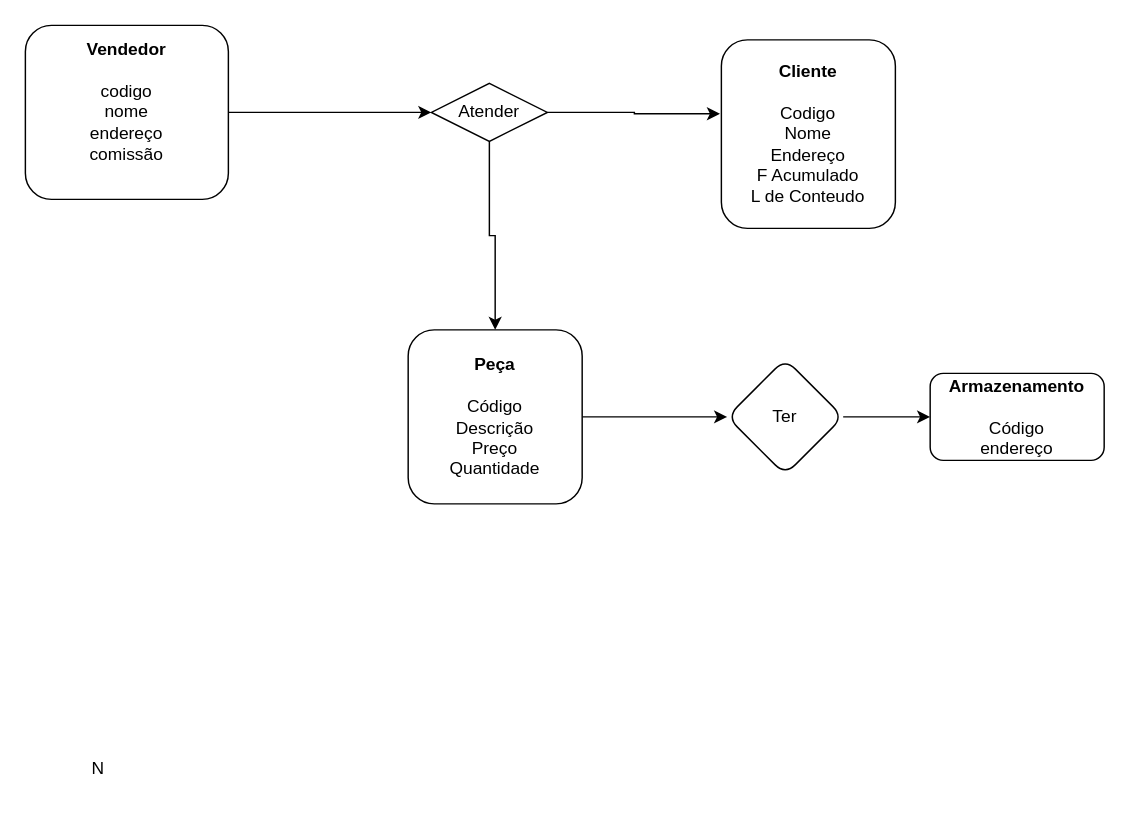
This is Diagrama sem nome.drawio from Pato-Branco/Pato-Branco, a draw.io file, before an edit. Source tidied: cells renumbered, new cells numbered last; positions are measured from the earlier drawing's top-left corner, leaving out a move shared by most shapes. Both pictures are drawn from the tidied source at 145%, with x=0, y=0 at pixel (25, 25).
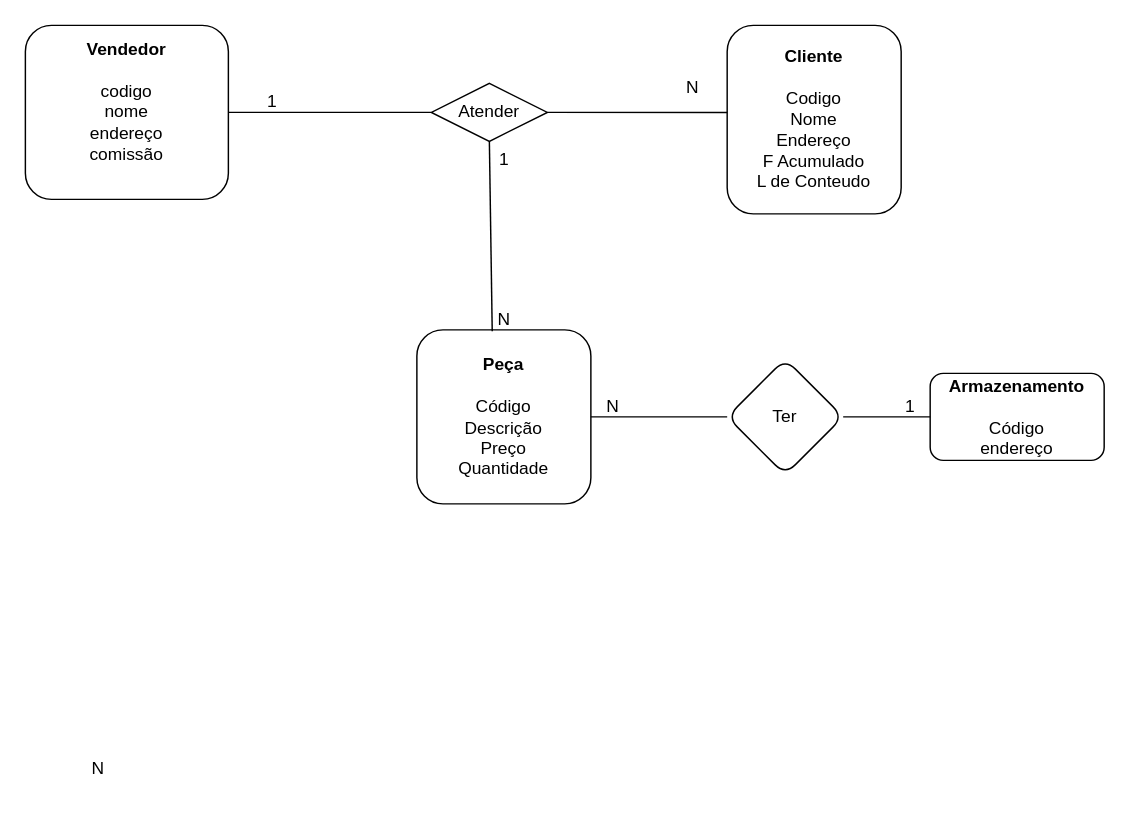
The same diagram, later.

The change refers to these unchanged cells:
```xml
<mxCell id="3" value="&lt;div&gt;&lt;b&gt;Vendedor&lt;/b&gt;&lt;/div&gt;&lt;div&gt;&lt;br&gt;&lt;/div&gt;&lt;div&gt;codigo&lt;/div&gt;&lt;div&gt;nome&lt;/div&gt;&lt;div&gt;endereço&lt;/div&gt;&lt;div&gt;comissão&lt;br&gt;&lt;/div&gt;&lt;div&gt;&lt;br&gt;&lt;/div&gt;" style="rounded=1;whiteSpace=wrap;html=1;" parent="1" vertex="1">
  <mxGeometry width="140" height="120" as="geometry" />
</mxCell>
<mxCell id="6" value="Atender" style="rhombus;whiteSpace=wrap;html=1;" parent="1" vertex="1">
  <mxGeometry x="280" y="40" width="80" height="40" as="geometry" />
</mxCell>
<mxCell id="15" value="Ter" style="rhombus;whiteSpace=wrap;html=1;rounded=1;" parent="1" vertex="1">
  <mxGeometry x="484" y="230" width="80" height="80" as="geometry" />
</mxCell>
<mxCell id="16" value="&lt;div&gt;&lt;b&gt;Armazenamento&lt;/b&gt;&lt;/div&gt;&lt;div&gt;&lt;br&gt;&lt;/div&gt;&lt;div&gt;Código&lt;/div&gt;&lt;div&gt;endereço&lt;br&gt;&lt;/div&gt;" style="whiteSpace=wrap;html=1;rounded=1;" parent="1" vertex="1">
  <mxGeometry x="624" y="240" width="120" height="60" as="geometry" />
</mxCell>
```

Change to the diagram source:
```diff
@@
-    <mxCell id="2" style="edgeStyle=orthogonalEdgeStyle;rounded=0;jettySize=auto;html=1;exitX=1;exitY=0.5;exitDx=0;exitDy=0;" parent="1" edge="1" source="3" target="6">
-      <mxGeometry relative="1" as="geometry" />
-    </mxCell>
@@
-    <mxCell id="4" style="edgeStyle=orthogonalEdgeStyle;rounded=0;jettySize=auto;html=1;entryX=-0.008;entryY=0.392;entryDx=0;entryDy=0;entryPerimeter=0;" parent="1" edge="1" source="6" target="7">
-      <mxGeometry relative="1" as="geometry" />
-    </mxCell>
-    <mxCell id="5" style="edgeStyle=orthogonalEdgeStyle;rounded=0;jettySize=auto;html=1;" parent="1" edge="1" source="6" target="12">
-      <mxGeometry relative="1" as="geometry" />
-    </mxCell>
@@
     <mxCell id="7" value="&lt;div&gt;&lt;b&gt;Cliente&lt;/b&gt;&lt;/div&gt;&lt;div&gt;&lt;br&gt;&lt;/div&gt;&lt;div&gt;Codigo&lt;/div&gt;&lt;div&gt;Nome&lt;/div&gt;&lt;div&gt;Endereço&lt;/div&gt;&lt;div&gt;F Acumulado&lt;/div&gt;&lt;div&gt;L de Conteudo&lt;br&gt;&lt;/div&gt;" style="rounded=1;whiteSpace=wrap;html=1;" parent="1" vertex="1">
-      <mxGeometry x="480" y="10" width="120" height="130" as="geometry" />
+      <mxGeometry x="484" width="120" height="130" as="geometry" />
     </mxCell>
@@
-    <mxCell id="11" style="edgeStyle=orthogonalEdgeStyle;rounded=0;jettySize=auto;html=1;" parent="1" edge="1" source="12" target="15">
-      <mxGeometry relative="1" as="geometry" />
-    </mxCell>
     <mxCell id="12" value="&lt;div&gt;&lt;b&gt;Peça &lt;/b&gt;&lt;br&gt;&lt;/div&gt;&lt;div&gt;&lt;br&gt;&lt;/div&gt;&lt;div&gt;Código&lt;/div&gt;&lt;div&gt;Descrição&lt;/div&gt;&lt;div&gt;Preço&lt;/div&gt;&lt;div&gt;Quantidade&lt;br&gt;&lt;/div&gt;" style="rounded=1;whiteSpace=wrap;html=1;" parent="1" vertex="1">
-      <mxGeometry x="264" y="210" width="120" height="120" as="geometry" />
+      <mxGeometry x="270" y="210" width="120" height="120" as="geometry" />
     </mxCell>
@@
-    <mxCell id="14" style="edgeStyle=orthogonalEdgeStyle;rounded=0;jettySize=auto;html=1;" parent="1" edge="1" source="15" target="16">
-      <mxGeometry relative="1" as="geometry" />
-    </mxCell>
@@
+    <mxCell id="17" value="1" style="text;html=1;align=center;verticalAlign=middle;strokeColor=none;fillColor=none;" parent="1" vertex="1">
+      <mxGeometry x="155" y="38" width="30" height="30" as="geometry" />
+    </mxCell>
+    <mxCell id="14" style="endArrow=none;html=1;rounded=0;exitX=1;exitY=0.5;exitDx=0;exitDy=0;entryX=0;entryY=0.5;entryDx=0;entryDy=0;" parent="1" edge="1" source="15" target="16">
+      <mxGeometry relative="1" as="geometry" />
+    </mxCell>
+    <mxCell id="18" style="endArrow=none;html=1;rounded=0;exitX=0;exitY=0.5;exitDx=0;exitDy=0;entryX=1;entryY=0.5;entryDx=0;entryDy=0;" parent="1" edge="1" source="15" target="12">
+      <mxGeometry relative="1" as="geometry" />
+    </mxCell>
+    <mxCell id="19" style="endArrow=none;html=1;rounded=0;entryX=1;entryY=0.5;entryDx=0;entryDy=0;entryPerimeter=0;exitX=0;exitY=0.462;exitDx=0;exitDy=0;exitPerimeter=0;" parent="1" edge="1" source="7" target="6">
+      <mxGeometry relative="1" as="geometry" />
+    </mxCell>
+    <mxCell id="20" style="endArrow=none;html=1;rounded=0;entryX=1;entryY=0.5;entryDx=0;entryDy=0;exitX=0;exitY=0.5;exitDx=0;exitDy=0;" parent="1" edge="1" source="6" target="3">
+      <mxGeometry relative="1" as="geometry" />
+    </mxCell>
+    <mxCell id="5" style="endArrow=none;html=1;rounded=0;exitX=0.5;exitY=1;exitDx=0;exitDy=0;entryX=0.433;entryY=0.008;entryDx=0;entryDy=0;entryPerimeter=0;" parent="1" edge="1" source="6" target="12">
+      <mxGeometry relative="1" as="geometry" />
+    </mxCell>
+    <mxCell id="21" value="N" style="text;html=1;align=center;verticalAlign=middle;strokeColor=none;fillColor=none;" parent="1" vertex="1">
+      <mxGeometry x="445" y="28" width="30" height="30" as="geometry" />
+    </mxCell>
+    <mxCell id="22" value="1" style="text;html=1;align=center;verticalAlign=middle;strokeColor=none;fillColor=none;" parent="1" vertex="1">
+      <mxGeometry x="315" y="78" width="30" height="30" as="geometry" />
+    </mxCell>
+    <mxCell id="23" value="N" style="text;html=1;align=center;verticalAlign=middle;strokeColor=none;fillColor=none;" parent="1" vertex="1">
+      <mxGeometry x="315" y="188" width="30" height="30" as="geometry" />
+    </mxCell>
+    <mxCell id="24" value="N" style="text;html=1;align=center;verticalAlign=middle;strokeColor=none;fillColor=none;" parent="1" vertex="1">
+      <mxGeometry x="390" y="248" width="30" height="30" as="geometry" />
+    </mxCell>
+    <mxCell id="25" value="1" style="text;html=1;align=center;verticalAlign=middle;strokeColor=none;fillColor=none;" parent="1" vertex="1">
+      <mxGeometry x="595" y="248" width="30" height="30" as="geometry" />
+    </mxCell>
```
